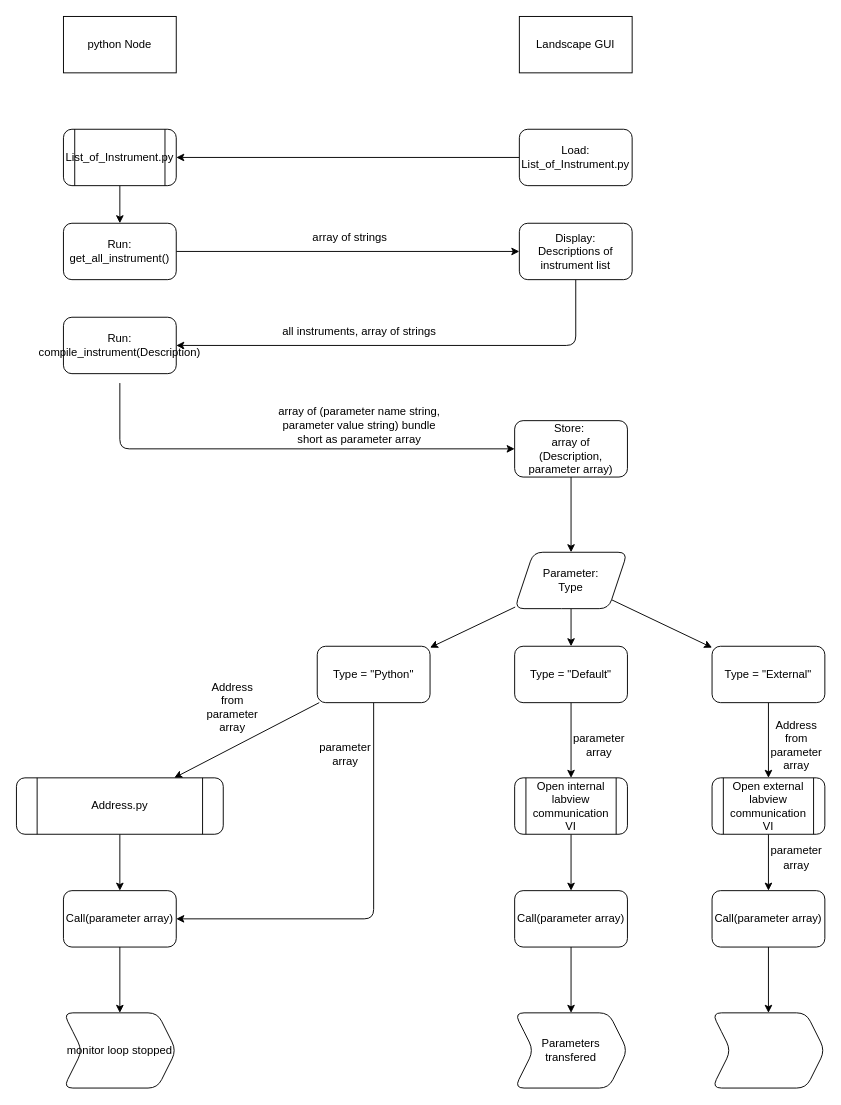
This is Work Flow.drawio from phyzrx/Landscape-DataStream-v1.1, a draw.io file, before an edit. Source tidied: cells renumbered, new cells numbered last; positions are measured from the earlier drawing's top-left corner, leaving out a move shared by most shapes. Both pictures are drawn from the tidied source at 94%, with x=0, y=0 at pixel (16, 16).
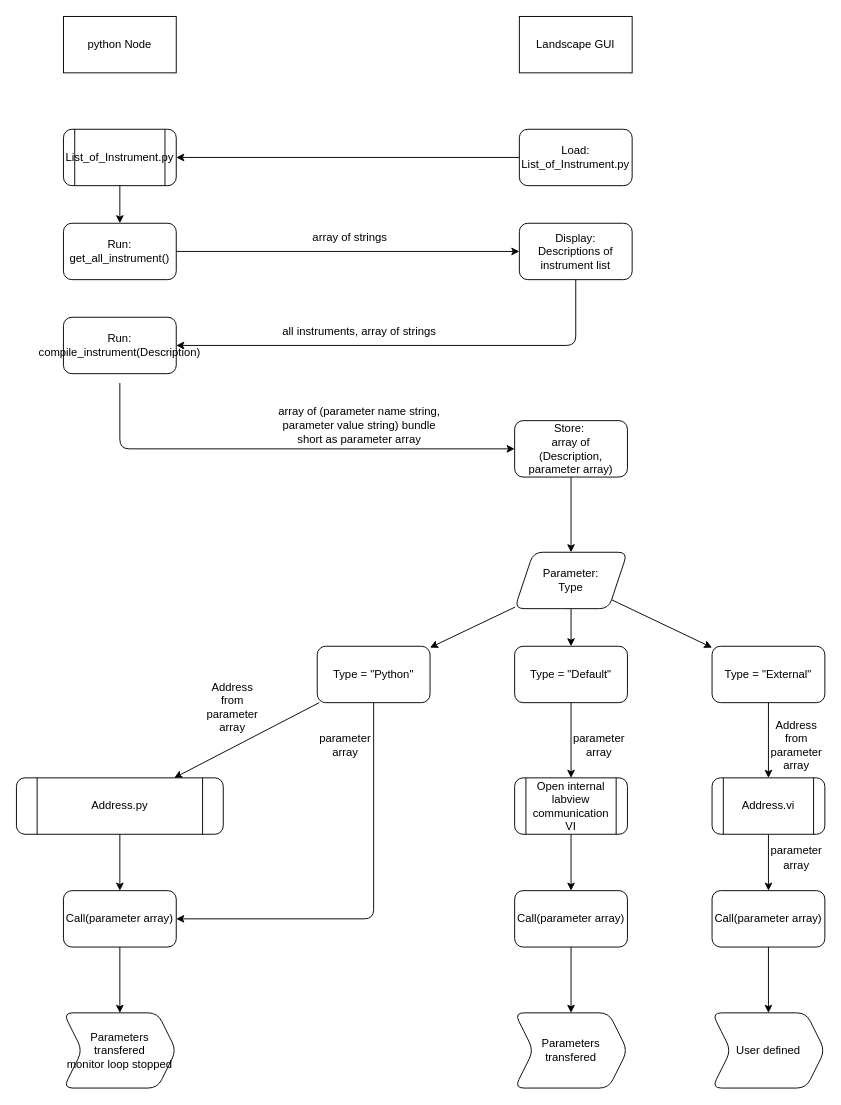
After the change.

Diff of the diagram source:
```diff
@@
     <mxCell id="36" value="parameter array" style="text;html=1;strokeColor=none;fillColor=none;align=center;verticalAlign=middle;whiteSpace=wrap;rounded=0;" parent="1" vertex="1">
-      <mxGeometry x="320" y="770" width="60" height="30" as="geometry" />
+      <mxGeometry x="320" y="760" width="60" height="30" as="geometry" />
     </mxCell>
-    <mxCell id="37" value="monitor loop stopped" style="shape=step;perimeter=stepPerimeter;whiteSpace=wrap;html=1;fixedSize=1;rounded=1;" parent="1" vertex="1">
+    <mxCell id="37" value="Parameters transfered&lt;br&gt;monitor loop stopped" style="shape=step;perimeter=stepPerimeter;whiteSpace=wrap;html=1;fixedSize=1;rounded=1;" parent="1" vertex="1">
       <mxGeometry x="50" y="1060" width="120" height="80" as="geometry" />
     </mxCell>
@@
-    <mxCell id="41" value="Open external labview communication VI" style="shape=process;whiteSpace=wrap;html=1;backgroundOutline=1;rounded=1;" parent="1" vertex="1">
+    <mxCell id="41" value="Address.vi" style="shape=process;whiteSpace=wrap;html=1;backgroundOutline=1;rounded=1;" parent="1" vertex="1">
       <mxGeometry x="740" y="810" width="120" height="60" as="geometry" />
     </mxCell>
@@
-    <mxCell id="48" style="shape=step;perimeter=stepPerimeter;whiteSpace=wrap;html=1;fixedSize=1;rounded=1;" parent="1" vertex="1">
+    <mxCell id="48" value="User defined" style="shape=step;perimeter=stepPerimeter;whiteSpace=wrap;html=1;fixedSize=1;rounded=1;" parent="1" vertex="1">
       <mxGeometry x="740" y="1060" width="120" height="80" as="geometry" />
     </mxCell>
```
